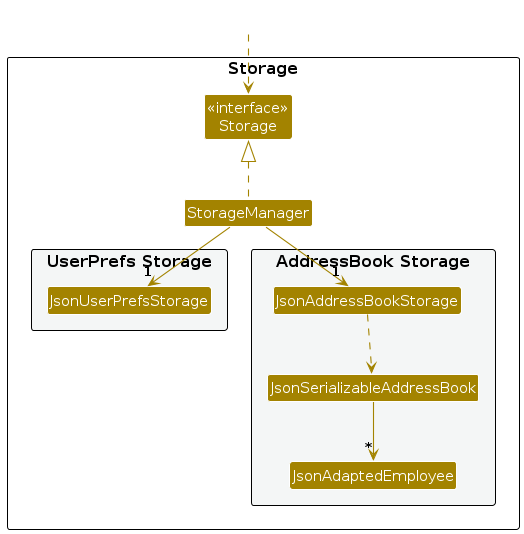
This is diagrams/StorageClassDiagram.png from AY2627S1-CS2103T-W10-4/tp, a PlantUML export, as it was before one commit. Its source is kept beside it as diagrams/StorageClassDiagram.puml. The source it was exported from:
```plantuml
@startuml
!include style.puml
skinparam arrowThickness 1.1
skinparam arrowColor STORAGE_COLOR
skinparam classBackgroundColor STORAGE_COLOR

package Storage as StoragePackage {

Class "<<interface>>\nStorage" as Storage
Class StorageManager

package "UserPrefs Storage" #F4F6F6{
Class JsonUserPrefsStorage
}

package "AddressBook Storage" #F4F6F6{
Class JsonAddressBookStorage
Class JsonSerializableAddressBook
Class JsonAdaptedEmployee
}

}

Class HiddenOutside #FFFFFF
HiddenOutside ..> Storage

StorageManager .up.|> Storage
StorageManager -down-> "1" JsonUserPrefsStorage
StorageManager -down-> "1" JsonAddressBookStorage

JsonAddressBookStorage ..> JsonSerializableAddressBook
JsonSerializableAddressBook --> "*" JsonAdaptedEmployee

@enduml
```
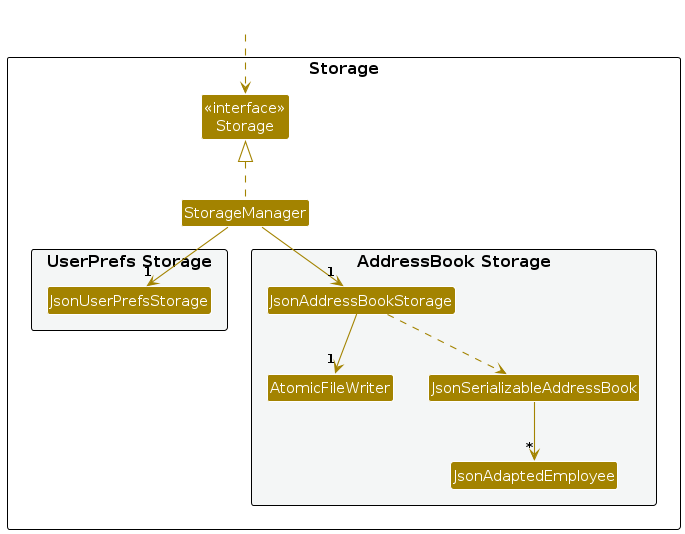
Later version of the same file.

The edit, as a diff of the source:
```diff
@@ -15,6 +15,7 @@
 
 package "AddressBook Storage" #F4F6F6{
 Class JsonAddressBookStorage
+Class AtomicFileWriter
 Class JsonSerializableAddressBook
 Class JsonAdaptedEmployee
 }
@@ -29,6 +30,7 @@
 StorageManager -down-> "1" JsonAddressBookStorage
 
 JsonAddressBookStorage ..> JsonSerializableAddressBook
+JsonAddressBookStorage --> "1" AtomicFileWriter
 JsonSerializableAddressBook --> "*" JsonAdaptedEmployee
 
 @enduml
```
